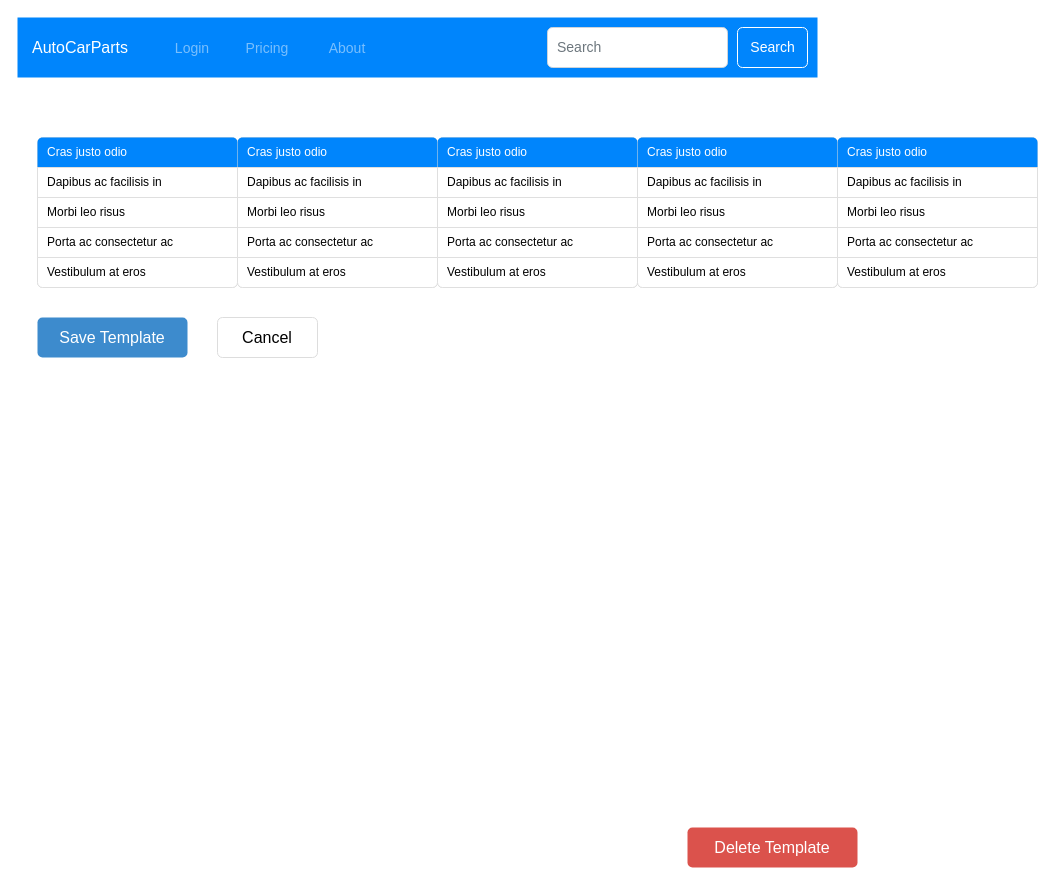
Before: AutoSmartParts.drawio in mattwatts36/drawings, a draw.io diagram. Source tidied: cells renumbered, new cells numbered last; positions are measured from the earlier drawing's top-left corner, leaving out a move shared by most shapes. Both pictures are drawn from the tidied source at 100%, with x=0, y=0 at pixel (17, 17).
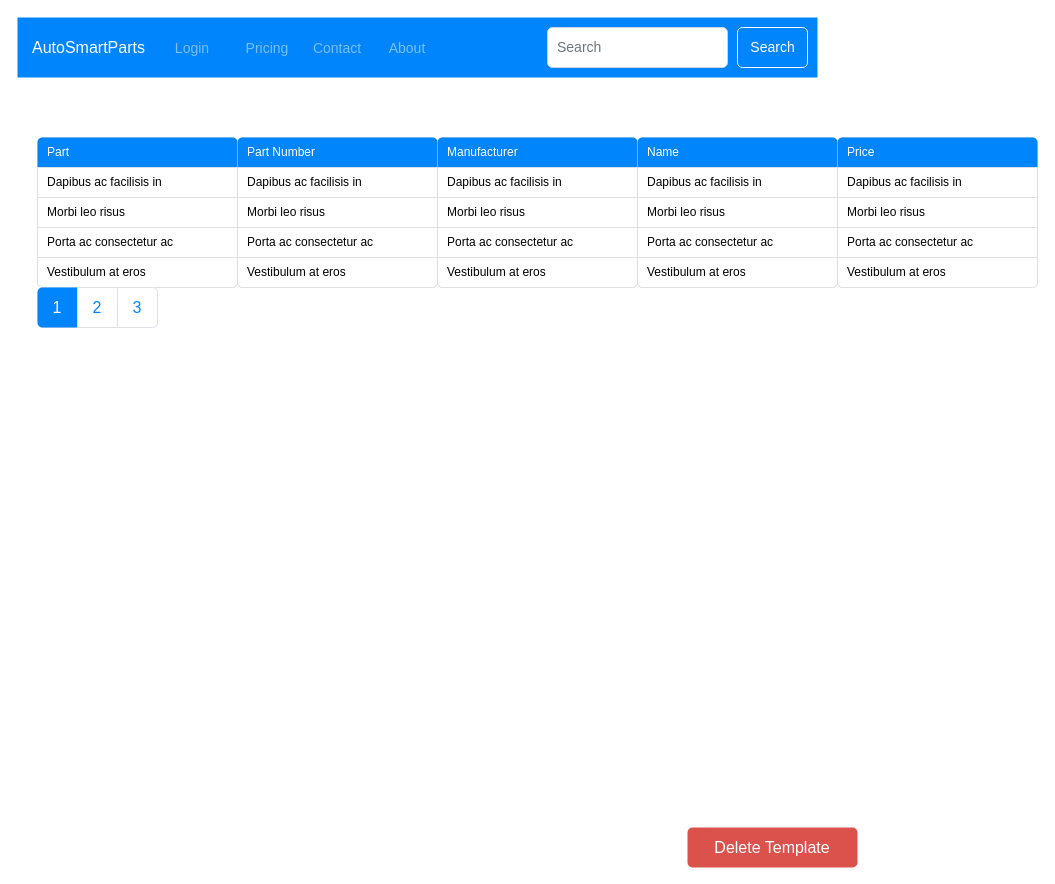
Above is the later version.

The change refers to these unchanged cells:
```xml
<mxCell id="5" style="html=1;shadow=0;dashed=0;shape=mxgraph.bootstrap.rrect;rSize=5;strokeColor=#DFDFDF;html=1;whiteSpace=wrap;fillColor=#FFFFFF;fontColor=#000000;" parent="1" vertex="1">
  <mxGeometry x="20" y="120" width="200" height="150" as="geometry" />
</mxCell>
<mxCell id="17" style="html=1;shadow=0;dashed=0;shape=mxgraph.bootstrap.rrect;rSize=5;strokeColor=#DFDFDF;html=1;whiteSpace=wrap;fillColor=#FFFFFF;fontColor=#000000;" parent="1" vertex="1">
  <mxGeometry x="220" y="120" width="200" height="150" as="geometry" />
</mxCell>
<mxCell id="23" style="html=1;shadow=0;dashed=0;shape=mxgraph.bootstrap.rrect;rSize=5;strokeColor=#DFDFDF;html=1;whiteSpace=wrap;fillColor=#FFFFFF;fontColor=#000000;" parent="1" vertex="1">
  <mxGeometry x="420" y="120" width="200" height="150" as="geometry" />
</mxCell>
<mxCell id="29" style="html=1;shadow=0;dashed=0;shape=mxgraph.bootstrap.rrect;rSize=5;strokeColor=#DFDFDF;html=1;whiteSpace=wrap;fillColor=#FFFFFF;fontColor=#000000;" parent="1" vertex="1">
  <mxGeometry x="620" y="120" width="200" height="150" as="geometry" />
</mxCell>
<mxCell id="35" style="html=1;shadow=0;dashed=0;shape=mxgraph.bootstrap.rrect;rSize=5;strokeColor=#DFDFDF;html=1;whiteSpace=wrap;fillColor=#FFFFFF;fontColor=#000000;" parent="1" vertex="1">
  <mxGeometry x="820" y="120" width="200" height="150" as="geometry" />
</mxCell>
```

What changed in the source:
```diff
@@
-    <mxCell id="2" value="Save Template" style="html=1;shadow=0;dashed=0;shape=mxgraph.bootstrap.rrect;align=center;rSize=5;strokeColor=none;fillColor=#3D8BCD;fontColor=#ffffff;fontSize=16;whiteSpace=wrap;rounded=0;" parent="1" vertex="1">
-      <mxGeometry x="20" y="300" width="150" height="40" as="geometry" />
-    </mxCell>
-    <mxCell id="3" value="Cancel" style="html=1;shadow=0;dashed=0;shape=mxgraph.bootstrap.rrect;align=center;rSize=5;strokeColor=#dddddd;fontSize=16;whiteSpace=wrap;rounded=0;" parent="1" vertex="1">
-      <mxGeometry x="200" y="300" width="100" height="40" as="geometry" />
-    </mxCell>
@@
-    <mxCell id="6" value="Cras justo odio" style="html=1;shadow=0;dashed=0;shape=mxgraph.bootstrap.topButton;rSize=5;strokeColor=none;fillColor=#0085FC;fontColor=#ffffff;perimeter=none;whiteSpace=wrap;align=left;spacing=10;" parent="5" vertex="1">
+    <mxCell id="6" value="Part&lt;span style=&quot;white-space: pre;&quot;&gt;&#9;&lt;/span&gt;" style="html=1;shadow=0;dashed=0;shape=mxgraph.bootstrap.topButton;rSize=5;strokeColor=none;fillColor=#0085FC;fontColor=#ffffff;perimeter=none;whiteSpace=wrap;align=left;spacing=10;" parent="5" vertex="1">
       <mxGeometry width="200" height="30" relative="1" as="geometry" />
     </mxCell>
@@
-    <mxCell id="11" value="AutoCarParts" style="html=1;shadow=0;dashed=0;fillColor=#0085FC;strokeColor=none;fontSize=16;fontColor=#ffffff;align=left;spacing=15;" parent="1" vertex="1">
+    <mxCell id="11" value="AutoSmartParts" style="html=1;shadow=0;dashed=0;fillColor=#0085FC;strokeColor=none;fontSize=16;fontColor=#ffffff;align=left;spacing=15;" parent="1" vertex="1">
       <mxGeometry width="800" height="60" as="geometry" />
     </mxCell>
@@
     <mxCell id="14" value="About" style="fillColor=none;strokeColor=none;fontSize=14;fontColor=#79BFFD;align=center;" parent="11" vertex="1">
       <mxGeometry width="80" height="40" relative="1" as="geometry">
-        <mxPoint x="290" y="10" as="offset" />
+        <mxPoint x="350" y="10" as="offset" />
       </mxGeometry>
     </mxCell>
@@
+    <mxCell id="41" value="Contact" style="fillColor=none;strokeColor=none;fontSize=14;fontColor=#79BFFD;align=center;" parent="11" vertex="1">
+      <mxGeometry x="280" y="10" width="80" height="40" as="geometry" />
+    </mxCell>
@@
-    <mxCell id="18" value="Cras justo odio" style="html=1;shadow=0;dashed=0;shape=mxgraph.bootstrap.topButton;rSize=5;strokeColor=none;fillColor=#0085FC;fontColor=#ffffff;perimeter=none;whiteSpace=wrap;align=left;spacing=10;" parent="17" vertex="1">
+    <mxCell id="18" value="Part Number" style="html=1;shadow=0;dashed=0;shape=mxgraph.bootstrap.topButton;rSize=5;strokeColor=none;fillColor=#0085FC;fontColor=#ffffff;perimeter=none;whiteSpace=wrap;align=left;spacing=10;" parent="17" vertex="1">
       <mxGeometry width="200" height="30" relative="1" as="geometry" />
     </mxCell>
@@
-    <mxCell id="24" value="Cras justo odio" style="html=1;shadow=0;dashed=0;shape=mxgraph.bootstrap.topButton;rSize=5;strokeColor=none;fillColor=#0085FC;fontColor=#ffffff;perimeter=none;whiteSpace=wrap;align=left;spacing=10;" parent="23" vertex="1">
+    <mxCell id="24" value="Manufacturer" style="html=1;shadow=0;dashed=0;shape=mxgraph.bootstrap.topButton;rSize=5;strokeColor=none;fillColor=#0085FC;fontColor=#ffffff;perimeter=none;whiteSpace=wrap;align=left;spacing=10;" parent="23" vertex="1">
       <mxGeometry width="200" height="30" relative="1" as="geometry" />
     </mxCell>
@@
-    <mxCell id="30" value="Cras justo odio" style="html=1;shadow=0;dashed=0;shape=mxgraph.bootstrap.topButton;rSize=5;strokeColor=none;fillColor=#0085FC;fontColor=#ffffff;perimeter=none;whiteSpace=wrap;align=left;spacing=10;" parent="29" vertex="1">
+    <mxCell id="30" value="Name&lt;span style=&quot;white-space: pre;&quot;&gt;&#9;&lt;/span&gt;" style="html=1;shadow=0;dashed=0;shape=mxgraph.bootstrap.topButton;rSize=5;strokeColor=none;fillColor=#0085FC;fontColor=#ffffff;perimeter=none;whiteSpace=wrap;align=left;spacing=10;" parent="29" vertex="1">
       <mxGeometry width="200" height="30" relative="1" as="geometry" />
     </mxCell>
@@
-    <mxCell id="36" value="Cras justo odio" style="html=1;shadow=0;dashed=0;shape=mxgraph.bootstrap.topButton;rSize=5;strokeColor=none;fillColor=#0085FC;fontColor=#ffffff;perimeter=none;whiteSpace=wrap;align=left;spacing=10;" parent="35" vertex="1">
+    <mxCell id="36" value="Price" style="html=1;shadow=0;dashed=0;shape=mxgraph.bootstrap.topButton;rSize=5;strokeColor=none;fillColor=#0085FC;fontColor=#ffffff;perimeter=none;whiteSpace=wrap;align=left;spacing=10;" parent="35" vertex="1">
       <mxGeometry width="200" height="30" relative="1" as="geometry" />
     </mxCell>
@@
+    <mxCell id="42" style="html=1;shadow=0;dashed=0;shape=mxgraph.bootstrap.rrect;rSize=5;strokeColor=#DEE2E6;html=1;whiteSpace=wrap;fillColor=#ffffff;fontColor=#0085FC;" parent="1" vertex="1">
+      <mxGeometry x="20" y="270" width="120" height="40" as="geometry" />
+    </mxCell>
+    <mxCell id="43" value="1" style="strokeColor=inherit;fillColor=inherit;gradientColor=inherit;html=1;shadow=0;dashed=0;shape=mxgraph.bootstrap.leftButton;rSize=5;perimeter=none;whiteSpace=wrap;fillColor=#0085FC;strokeColor=none;fontColor=#ffffff;fontSize=16;" parent="42" vertex="1">
+      <mxGeometry width="40" height="40" relative="1" as="geometry" />
+    </mxCell>
+    <mxCell id="44" value="2" style="strokeColor=inherit;fillColor=inherit;gradientColor=inherit;fontColor=inherit;html=1;shadow=0;dashed=0;perimeter=none;whiteSpace=wrap;fontSize=16;" parent="42" vertex="1">
+      <mxGeometry width="40" height="40" relative="1" as="geometry">
+        <mxPoint x="40" as="offset" />
+      </mxGeometry>
+    </mxCell>
+    <mxCell id="45" value="3" style="strokeColor=inherit;fillColor=inherit;gradientColor=inherit;fontColor=inherit;html=1;shadow=0;dashed=0;shape=mxgraph.bootstrap.rightButton;rSize=5;perimeter=none;whiteSpace=wrap;fontSize=16;" parent="42" vertex="1">
+      <mxGeometry x="1" width="40" height="40" relative="1" as="geometry">
+        <mxPoint x="-40" as="offset" />
+      </mxGeometry>
+    </mxCell>
```
